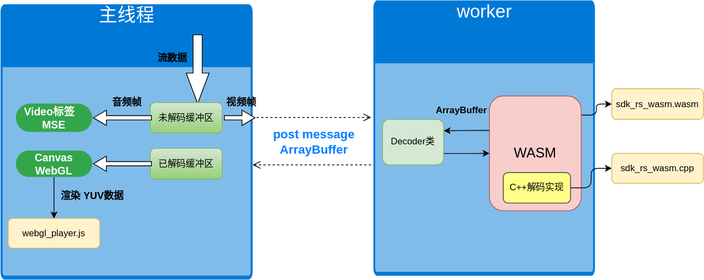
This is decode.svg from wing-cen/testPage, a draw.io export, as it was before one commit. Source tidied: cells renumbered, new cells last; positions are measured from the earlier drawing's top-left corner, leaving out a move shared by most shapes.
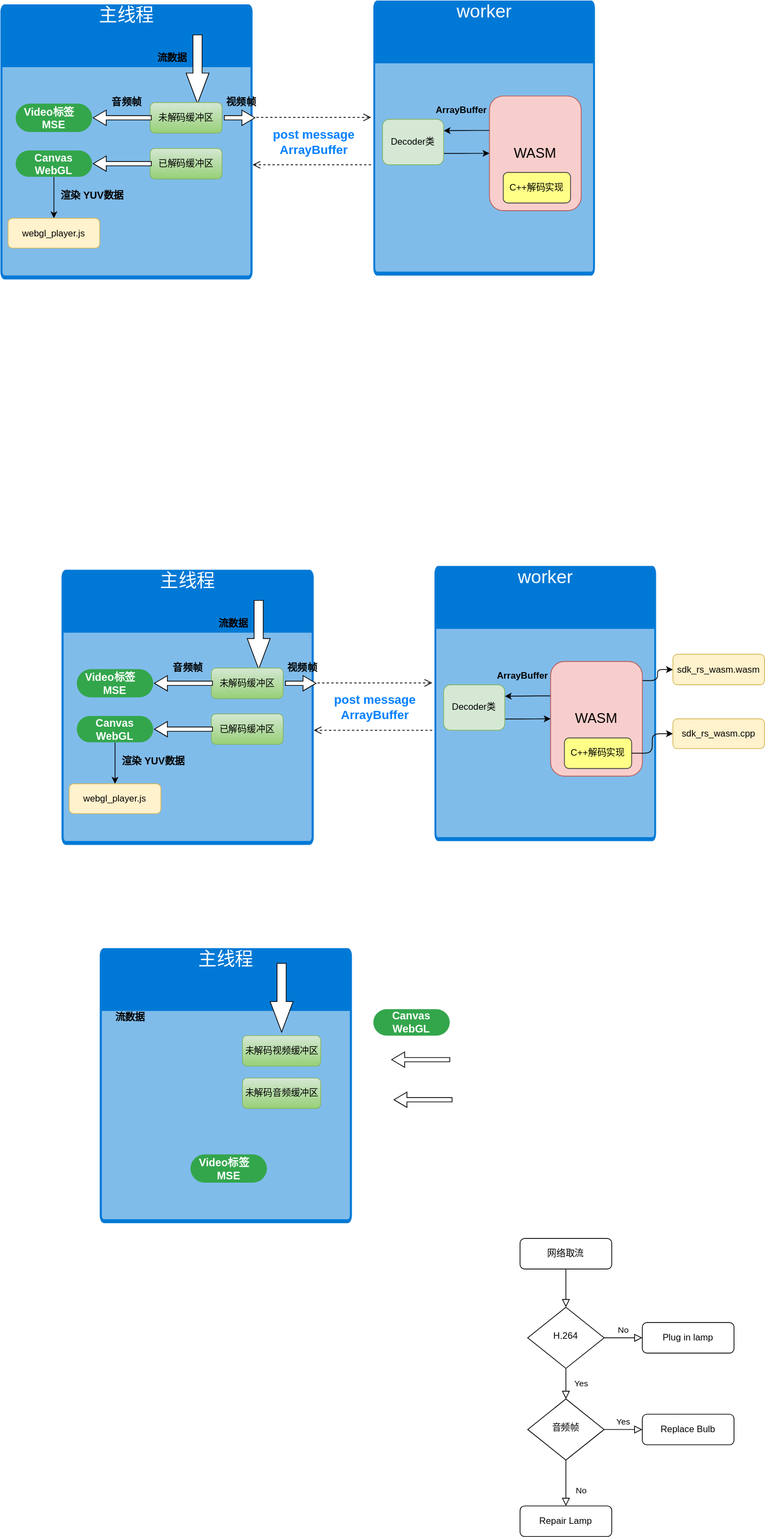
After the commit.

Change to the diagram source:
```diff
@@ -29,11 +29,6 @@
     <mxCell id="9" value="Decoder类" style="rounded=1;whiteSpace=wrap;html=1;fontSize=12;fillColor=#d5e8d4;strokeColor=#82b366;" parent="1" vertex="1">
       <mxGeometry x="500" y="155.5" width="80" height="59.5" as="geometry" />
     </mxCell>
-    <mxCell id="10" style="edgeStyle=orthogonalEdgeStyle;rounded=1;sketch=0;jettySize=auto;html=1;shadow=0;labelBackgroundColor=#FFFFFF;fontSize=16;fontColor=#FFFFFF;strokeColor=#000000;align=center;verticalAlign=middle;" parent="1" edge="1" target="23">
-      <mxGeometry relative="1" as="geometry">
-        <mxPoint x="760" y="150" as="sourcePoint" />
-      </mxGeometry>
-    </mxCell>
     <mxCell id="11" style="edgeStyle=orthogonalEdgeStyle;rounded=1;sketch=0;jettySize=auto;html=1;shadow=0;labelBackgroundColor=#FFFFFF;fontSize=13;fontColor=#FFFFFF;strokeColor=#000000;align=center;verticalAlign=middle;entryX=1;entryY=0.25;entryDx=0;entryDy=0;" parent="1" edge="1" target="9">
       <mxGeometry relative="1" as="geometry">
         <mxPoint x="650" y="170" as="sourcePoint" />
@@ -45,9 +40,6 @@
     <mxCell id="13" value="ArrayBuffer" style="text;html=1;align=center;verticalAlign=middle;strokeColor=none;fontSize=12;fontStyle=1;" parent="1" vertex="1">
       <mxGeometry x="563" y="133.5" width="80" height="20" as="geometry" />
     </mxCell>
-    <mxCell id="14" style="edgeStyle=orthogonalEdgeStyle;rounded=1;sketch=0;jettySize=auto;html=1;shadow=0;labelBackgroundColor=#FFFFFF;fontSize=16;fontColor=#FFFFFF;align=center;verticalAlign=middle;exitX=1;exitY=0.5;exitDx=0;exitDy=0;fillColor=#dae8fc;" parent="1" edge="1" source="15" target="24">
-      <mxGeometry relative="1" as="geometry" />
-    </mxCell>
     <mxCell id="15" value="C++解码实现" style="rounded=1;whiteSpace=wrap;html=1;fontSize=12;fillColor=#ffff88;strokeColor=#36393d;" parent="1" vertex="1">
       <mxGeometry x="658" y="225" width="88" height="40" as="geometry" />
     </mxCell>
@@ -72,12 +64,6 @@
     <mxCell id="22" value="视频帧" style="text;html=1;align=center;verticalAlign=middle;strokeColor=none;fontSize=13;fontStyle=1;" parent="1" vertex="1">
       <mxGeometry x="290" y="123" width="50" height="20" as="geometry" />
     </mxCell>
-    <mxCell id="23" value="sdk_rs_wasm.wasm" style="rounded=1;whiteSpace=wrap;html=1;fontSize=12;fillColor=#fff2cc;strokeColor=#d6b656;" parent="1" vertex="1">
-      <mxGeometry x="800" y="115.5" width="120" height="40" as="geometry" />
-    </mxCell>
-    <mxCell id="24" value="&lt;span&gt;sdk_rs_wasm.cpp&lt;/span&gt;" style="whiteSpace=wrap;html=1;rounded=1;fillColor=#fff2cc;strokeColor=#d6b656;" parent="1" vertex="1">
-      <mxGeometry x="800" y="200" width="120" height="39" as="geometry" />
-    </mxCell>
     <mxCell id="25" value="post message&lt;br&gt;ArrayBuffer" style="text;html=1;align=center;verticalAlign=middle;strokeColor=none;fontSize=16;fontStyle=1;fontColor=#007FFF;" parent="1" vertex="1">
       <mxGeometry x="350" y="165" width="120" height="40" as="geometry" />
     </mxCell>
@@ -102,5 +88,165 @@
     <mxCell id="30" style="html=1;shadow=0;dashed=0;align=center;verticalAlign=middle;shape=mxgraph.arrows2.arrow;dy=0.72;dx=17;direction=north;notch=0;fontSize=16;fontColor=#000000;rotation=90;" parent="1" vertex="1">
       <mxGeometry x="303" y="133.5" width="20" height="40" as="geometry" />
     </mxCell>
+    <mxCell id="31" value="主线程" style="html=1;strokeColor=none;fillColor=#0079D6;labelPosition=center;verticalLabelPosition=middle;verticalAlign=top;align=center;fontSize=24;spacingTop=-6;fontColor=#FFFFFF;shape=mxgraph.sitemap.page;" parent="1" vertex="1">
+      <mxGeometry x="80" y="745" width="330" height="360" as="geometry" />
+    </mxCell>
+    <mxCell id="32" value="worker" style="html=1;strokeColor=none;fillColor=#0079D6;labelPosition=center;verticalLabelPosition=middle;verticalAlign=top;align=center;fontSize=24;spacingTop=-6;fontColor=#FFFFFF;shape=mxgraph.sitemap.page;" parent="1" vertex="1">
+      <mxGeometry x="568" y="740" width="290" height="360" as="geometry" />
+    </mxCell>
+    <mxCell id="33" style="html=1;shadow=0;dashed=0;align=center;verticalAlign=middle;shape=mxgraph.arrows2.arrow;dy=0.6;dx=40;notch=0;fontSize=24;rotation=90;" parent="1" vertex="1">
+      <mxGeometry x="293" y="815" width="90" height="30" as="geometry" />
+    </mxCell>
+    <mxCell id="34" value="流数据" style="text;html=1;align=center;verticalAlign=middle;whiteSpace=wrap;overflow=hidden;fontSize=13;fontStyle=1;" parent="1" vertex="1">
+      <mxGeometry x="270" y="805" width="70" height="20" as="geometry" />
+    </mxCell>
+    <mxCell id="35" value="已解码缓冲区" style="rounded=1;whiteSpace=wrap;html=1;fontSize=12;fillColor=#d5e8d4;strokeColor=#82b366;gradientColor=#97d077;" parent="1" vertex="1">
+      <mxGeometry x="276" y="933.5" width="94" height="40" as="geometry" />
+    </mxCell>
+    <mxCell id="36" style="html=1;verticalAlign=bottom;endArrow=open;dashed=1;endSize=8;fontSize=12;fontColor=#000000;" parent="1" edge="1">
+      <mxGeometry relative="1" as="geometry">
+        <mxPoint x="565" y="955" as="sourcePoint" />
+        <mxPoint x="410" y="955" as="targetPoint" />
+      </mxGeometry>
+    </mxCell>
+    <mxCell id="37" style="edgeStyle=orthogonalEdgeStyle;rounded=1;sketch=0;jettySize=auto;html=1;shadow=0;labelBackgroundColor=#FFFFFF;fontSize=13;fontColor=#FFFFFF;strokeColor=#000000;align=center;verticalAlign=middle;entryX=0;entryY=0.5;entryDx=0;entryDy=0;exitX=1;exitY=0.75;exitDx=0;exitDy=0;" parent="1" edge="1" source="38" target="41">
+      <mxGeometry relative="1" as="geometry" />
+    </mxCell>
+    <mxCell id="38" value="Decoder类" style="rounded=1;whiteSpace=wrap;html=1;fontSize=12;fillColor=#d5e8d4;strokeColor=#82b366;" parent="1" vertex="1">
+      <mxGeometry x="580" y="895.5" width="80" height="59.5" as="geometry" />
+    </mxCell>
+    <mxCell id="39" style="edgeStyle=orthogonalEdgeStyle;rounded=1;sketch=0;jettySize=auto;html=1;shadow=0;labelBackgroundColor=#FFFFFF;fontSize=16;fontColor=#FFFFFF;strokeColor=#000000;align=center;verticalAlign=middle;" parent="1" edge="1" target="23">
+      <mxGeometry relative="1" as="geometry">
+        <mxPoint x="840" y="890" as="sourcePoint" />
+      </mxGeometry>
+    </mxCell>
+    <mxCell id="40" style="edgeStyle=orthogonalEdgeStyle;rounded=1;sketch=0;jettySize=auto;html=1;shadow=0;labelBackgroundColor=#FFFFFF;fontSize=13;fontColor=#FFFFFF;strokeColor=#000000;align=center;verticalAlign=middle;entryX=1;entryY=0.25;entryDx=0;entryDy=0;" parent="1" edge="1" target="38">
+      <mxGeometry relative="1" as="geometry">
+        <mxPoint x="730" y="910" as="sourcePoint" />
+      </mxGeometry>
+    </mxCell>
+    <mxCell id="41" value="&lt;font style=&quot;font-size: 18px&quot;&gt;WASM&lt;/font&gt;" style="rounded=1;whiteSpace=wrap;html=1;fontSize=12;fillColor=#f8cecc;strokeColor=#b85450;" parent="1" vertex="1">
+      <mxGeometry x="720" y="865" width="120" height="150" as="geometry" />
+    </mxCell>
+    <mxCell id="42" value="ArrayBuffer" style="text;html=1;align=center;verticalAlign=middle;strokeColor=none;fontSize=12;fontStyle=1;" parent="1" vertex="1">
+      <mxGeometry x="643" y="873.5" width="80" height="20" as="geometry" />
+    </mxCell>
+    <mxCell id="43" style="edgeStyle=orthogonalEdgeStyle;rounded=1;sketch=0;jettySize=auto;html=1;shadow=0;labelBackgroundColor=#FFFFFF;fontSize=16;fontColor=#FFFFFF;align=center;verticalAlign=middle;exitX=1;exitY=0.5;exitDx=0;exitDy=0;fillColor=#dae8fc;" parent="1" edge="1" source="44" target="24">
+      <mxGeometry relative="1" as="geometry" />
+    </mxCell>
+    <mxCell id="44" value="C++解码实现" style="rounded=1;whiteSpace=wrap;html=1;fontSize=12;fillColor=#ffff88;strokeColor=#36393d;" parent="1" vertex="1">
+      <mxGeometry x="738" y="965" width="88" height="40" as="geometry" />
+    </mxCell>
+    <mxCell id="45" style="edgeStyle=orthogonalEdgeStyle;rounded=1;sketch=0;jettySize=auto;html=1;shadow=0;labelBackgroundColor=#FFFFFF;fontSize=13;fontColor=#FFFFFF;strokeColor=#000000;align=center;verticalAlign=middle;" parent="1" edge="1" source="46" target="53">
+      <mxGeometry relative="1" as="geometry" />
+    </mxCell>
+    <mxCell id="46" value="Canvas WebGL" style="rounded=1;whiteSpace=wrap;html=1;arcSize=50;strokeColor=none;strokeWidth=1;fillColor=#33A64C;fontColor=#FFFFFF;whiteSpace=wrap;align=center;verticalAlign=middle;spacingLeft=0;fontStyle=1;fontSize=14;spacing=10;" parent="1" vertex="1">
+      <mxGeometry x="100" y="936.2" width="100" height="34.5" as="geometry" />
+    </mxCell>
+    <mxCell id="47" value="渲染&lt;b style=&quot;font-size: 13px;&quot;&gt;&amp;nbsp;YUV数据&lt;/b&gt;" style="text;html=1;align=center;verticalAlign=middle;strokeColor=none;fontSize=13;fontStyle=1;" parent="1" vertex="1">
+      <mxGeometry x="149.5" y="985" width="100" height="20" as="geometry" />
+    </mxCell>
+    <mxCell id="48" value="Video标签&amp;nbsp; &amp;nbsp; MSE" style="rounded=1;whiteSpace=wrap;html=1;arcSize=50;strokeColor=none;strokeWidth=1;fillColor=#33A64C;fontColor=#FFFFFF;whiteSpace=wrap;align=center;verticalAlign=middle;spacingLeft=0;fontStyle=1;fontSize=14;spacing=10;" parent="1" vertex="1">
+      <mxGeometry x="100" y="875" width="100" height="37" as="geometry" />
+    </mxCell>
+    <mxCell id="49" style="html=1;shadow=0;dashed=0;align=center;verticalAlign=middle;shape=mxgraph.arrows2.arrow;dy=0.72;dx=17;direction=north;notch=0;fontSize=16;fontColor=#000000;rotation=-90;" parent="1" vertex="1">
+      <mxGeometry x="229.5" y="915.5" width="20" height="76" as="geometry" />
+    </mxCell>
+    <mxCell id="50" value="音频帧" style="text;html=1;align=center;verticalAlign=middle;strokeColor=none;fontSize=13;fontStyle=1;" parent="1" vertex="1">
+      <mxGeometry x="220" y="863" width="50" height="20" as="geometry" />
+    </mxCell>
+    <mxCell id="51" value="视频帧" style="text;html=1;align=center;verticalAlign=middle;strokeColor=none;fontSize=13;fontStyle=1;" parent="1" vertex="1">
+      <mxGeometry x="370" y="863" width="50" height="20" as="geometry" />
+    </mxCell>
+    <mxCell id="23" value="sdk_rs_wasm.wasm" style="rounded=1;whiteSpace=wrap;html=1;fontSize=12;fillColor=#fff2cc;strokeColor=#d6b656;" parent="1" vertex="1">
+      <mxGeometry x="880" y="855.5" width="120" height="40" as="geometry" />
+    </mxCell>
+    <mxCell id="24" value="&lt;span&gt;sdk_rs_wasm.cpp&lt;/span&gt;" style="whiteSpace=wrap;html=1;rounded=1;fillColor=#fff2cc;strokeColor=#d6b656;" parent="1" vertex="1">
+      <mxGeometry x="880" y="940" width="120" height="39" as="geometry" />
+    </mxCell>
+    <mxCell id="52" value="post message&lt;br&gt;ArrayBuffer" style="text;html=1;align=center;verticalAlign=middle;strokeColor=none;fontSize=16;fontStyle=1;fontColor=#007FFF;" parent="1" vertex="1">
+      <mxGeometry x="430" y="905" width="120" height="40" as="geometry" />
+    </mxCell>
+    <mxCell id="53" value="webgl_player.js" style="whiteSpace=wrap;html=1;rounded=1;fillColor=#fff2cc;strokeColor=#d6b656;" parent="1" vertex="1">
+      <mxGeometry x="90" y="1025" width="120" height="39" as="geometry" />
+    </mxCell>
+    <mxCell id="54" value="未解码缓冲区" style="rounded=1;whiteSpace=wrap;html=1;fontSize=12;fillColor=#d5e8d4;strokeColor=#82b366;gradientColor=#97d077;" parent="1" vertex="1">
+      <mxGeometry x="276" y="873.5" width="94" height="40" as="geometry" />
+    </mxCell>
+    <mxCell id="55" style="html=1;shadow=0;dashed=0;align=center;verticalAlign=middle;shape=mxgraph.arrows2.arrow;dy=0.72;dx=17;direction=north;notch=0;fontSize=16;fontColor=#000000;rotation=-90;" parent="1" vertex="1">
+      <mxGeometry x="229.5" y="855.5" width="20" height="76" as="geometry" />
+    </mxCell>
+    <mxCell id="56" style="html=1;verticalAlign=bottom;endArrow=open;dashed=1;endSize=8;fontSize=12;fontColor=#000000;" parent="1" edge="1">
+      <mxGeometry relative="1" as="geometry">
+        <mxPoint x="415" y="893" as="sourcePoint" />
+        <mxPoint x="565" y="893" as="targetPoint" />
+        <Array as="points">
+          <mxPoint x="505" y="893" />
+        </Array>
+      </mxGeometry>
+    </mxCell>
+    <mxCell id="57" style="html=1;shadow=0;dashed=0;align=center;verticalAlign=middle;shape=mxgraph.arrows2.arrow;dy=0.72;dx=17;direction=north;notch=0;fontSize=16;fontColor=#000000;rotation=90;" parent="1" vertex="1">
+      <mxGeometry x="383" y="873.5" width="20" height="40" as="geometry" />
+    </mxCell>
+    <mxCell id="58" value="主线程" style="html=1;strokeColor=none;fillColor=#0079D6;labelPosition=center;verticalLabelPosition=middle;verticalAlign=top;align=center;fontSize=24;spacingTop=-6;fontColor=#FFFFFF;shape=mxgraph.sitemap.page;" parent="1" vertex="1">
+      <mxGeometry x="130" y="1240" width="330" height="360" as="geometry" />
+    </mxCell>
+    <mxCell id="59" style="html=1;shadow=0;dashed=0;align=center;verticalAlign=middle;shape=mxgraph.arrows2.arrow;dy=0.6;dx=40;notch=0;fontSize=24;rotation=90;" parent="1" vertex="1">
+      <mxGeometry x="323" y="1290" width="90" height="30" as="geometry" />
+    </mxCell>
+    <mxCell id="60" value="流数据" style="text;html=1;align=center;verticalAlign=middle;whiteSpace=wrap;overflow=hidden;fontSize=13;fontStyle=1;" parent="1" vertex="1">
+      <mxGeometry x="134.5" y="1320" width="70" height="20" as="geometry" />
+    </mxCell>
+    <mxCell id="61" value="Canvas WebGL" style="rounded=1;whiteSpace=wrap;html=1;arcSize=50;strokeColor=none;strokeWidth=1;fillColor=#33A64C;fontColor=#FFFFFF;whiteSpace=wrap;align=center;verticalAlign=middle;spacingLeft=0;fontStyle=1;fontSize=14;spacing=10;" parent="1" vertex="1">
+      <mxGeometry x="488" y="1320" width="100" height="34.5" as="geometry" />
+    </mxCell>
+    <mxCell id="62" value="Video标签&amp;nbsp; &amp;nbsp; MSE" style="rounded=1;whiteSpace=wrap;html=1;arcSize=50;strokeColor=none;strokeWidth=1;fillColor=#33A64C;fontColor=#FFFFFF;whiteSpace=wrap;align=center;verticalAlign=middle;spacingLeft=0;fontStyle=1;fontSize=14;spacing=10;" parent="1" vertex="1">
+      <mxGeometry x="248.8" y="1510" width="100" height="37" as="geometry" />
+    </mxCell>
+    <mxCell id="63" style="html=1;shadow=0;dashed=0;align=center;verticalAlign=middle;shape=mxgraph.arrows2.arrow;dy=0.72;dx=17;direction=north;notch=0;fontSize=16;fontColor=#000000;rotation=-90;" parent="1" vertex="1">
+      <mxGeometry x="543" y="1400.5" width="20" height="76" as="geometry" />
+    </mxCell>
+    <mxCell id="64" value="未解码视频缓冲区" style="rounded=1;whiteSpace=wrap;html=1;fontSize=12;fillColor=#d5e8d4;strokeColor=#82b366;gradientColor=#97d077;" parent="1" vertex="1">
+      <mxGeometry x="316.8" y="1354.5" width="102.5" height="40" as="geometry" />
+    </mxCell>
+    <mxCell id="65" style="html=1;shadow=0;dashed=0;align=center;verticalAlign=middle;shape=mxgraph.arrows2.arrow;dy=0.72;dx=17;direction=north;notch=0;fontSize=16;fontColor=#000000;rotation=-90;" parent="1" vertex="1">
+      <mxGeometry x="540" y="1348" width="20" height="76" as="geometry" />
+    </mxCell>
+    <mxCell id="66" value="未解码音频缓冲区" style="rounded=1;whiteSpace=wrap;html=1;fontSize=12;fillColor=#d5e8d4;strokeColor=#82b366;gradientColor=#97d077;" parent="1" vertex="1">
+      <mxGeometry x="316.8" y="1410" width="102.5" height="40" as="geometry" />
+    </mxCell>
+    <mxCell id="67" style="rounded=0;html=1;jettySize=auto;fontSize=11;endArrow=block;endFill=0;endSize=8;strokeWidth=1;shadow=0;labelBackgroundColor=none;edgeStyle=orthogonalEdgeStyle;" parent="1" edge="1" source="68" target="71">
+      <mxGeometry relative="1" as="geometry" />
+    </mxCell>
+    <mxCell id="68" value="网络取流" style="rounded=1;whiteSpace=wrap;html=1;fontSize=12;glass=0;strokeWidth=1;shadow=0;" parent="1" vertex="1">
+      <mxGeometry x="680" y="1620" width="120" height="40" as="geometry" />
+    </mxCell>
+    <mxCell id="69" value="Yes" style="rounded=0;html=1;jettySize=auto;fontSize=11;endArrow=block;endFill=0;endSize=8;strokeWidth=1;shadow=0;labelBackgroundColor=none;edgeStyle=orthogonalEdgeStyle;" parent="1" edge="1" source="71" target="75">
+      <mxGeometry y="20" relative="1" as="geometry" />
+    </mxCell>
+    <mxCell id="70" value="No" style="edgeStyle=orthogonalEdgeStyle;rounded=0;html=1;jettySize=auto;fontSize=11;endArrow=block;endFill=0;endSize=8;strokeWidth=1;shadow=0;labelBackgroundColor=none;" parent="1" edge="1" source="71" target="72">
+      <mxGeometry y="10" relative="1" as="geometry" />
+    </mxCell>
+    <mxCell id="71" value="H.264" style="rhombus;whiteSpace=wrap;html=1;shadow=0;fontFamily=Helvetica;fontSize=12;align=center;strokeWidth=1;spacing=6;spacingTop=-4;" parent="1" vertex="1">
+      <mxGeometry x="690" y="1710" width="100" height="80" as="geometry" />
+    </mxCell>
+    <mxCell id="72" value="Plug in lamp" style="rounded=1;whiteSpace=wrap;html=1;fontSize=12;glass=0;strokeWidth=1;shadow=0;" parent="1" vertex="1">
+      <mxGeometry x="840" y="1730" width="120" height="40" as="geometry" />
+    </mxCell>
+    <mxCell id="73" value="No" style="rounded=0;html=1;jettySize=auto;fontSize=11;endArrow=block;endFill=0;endSize=8;strokeWidth=1;shadow=0;labelBackgroundColor=none;edgeStyle=orthogonalEdgeStyle;" parent="1" edge="1" source="75" target="76">
+      <mxGeometry x="0.33" y="20" relative="1" as="geometry" />
+    </mxCell>
+    <mxCell id="74" value="Yes" style="edgeStyle=orthogonalEdgeStyle;rounded=0;html=1;jettySize=auto;fontSize=11;endArrow=block;endFill=0;endSize=8;strokeWidth=1;shadow=0;labelBackgroundColor=none;" parent="1" edge="1" source="75" target="77">
+      <mxGeometry y="10" relative="1" as="geometry" />
+    </mxCell>
+    <mxCell id="75" value="音频帧" style="rhombus;whiteSpace=wrap;html=1;shadow=0;fontFamily=Helvetica;fontSize=12;align=center;strokeWidth=1;spacing=6;spacingTop=-4;" parent="1" vertex="1">
+      <mxGeometry x="690" y="1830" width="100" height="80" as="geometry" />
+    </mxCell>
+    <mxCell id="76" value="Repair Lamp" style="rounded=1;whiteSpace=wrap;html=1;fontSize=12;glass=0;strokeWidth=1;shadow=0;" parent="1" vertex="1">
+      <mxGeometry x="680" y="1970" width="120" height="40" as="geometry" />
+    </mxCell>
+    <mxCell id="77" value="Replace Bulb" style="rounded=1;whiteSpace=wrap;html=1;fontSize=12;glass=0;strokeWidth=1;shadow=0;" parent="1" vertex="1">
+      <mxGeometry x="840" y="1850" width="120" height="40" as="geometry" />
+    </mxCell>
   </root>
 </mxGraphModel>
```
